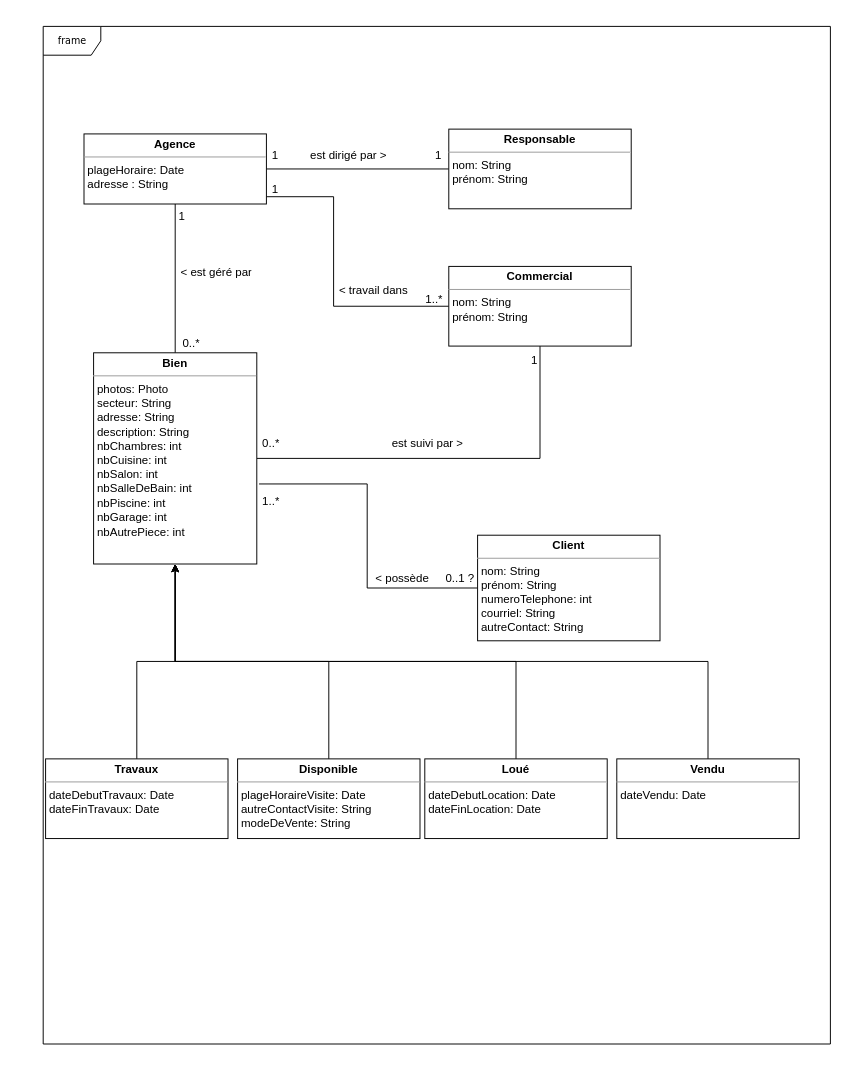
This is Diagramme sans nom.drawio from thibault0712/SAE-1.03, a draw.io file, before an edit. Source tidied: cells renumbered, new cells numbered last; positions are measured from the earlier drawing's top-left corner, leaving out a move shared by most shapes. Both pictures are drawn from the tidied source at 96%, with x=0, y=0 at pixel (43, 26).
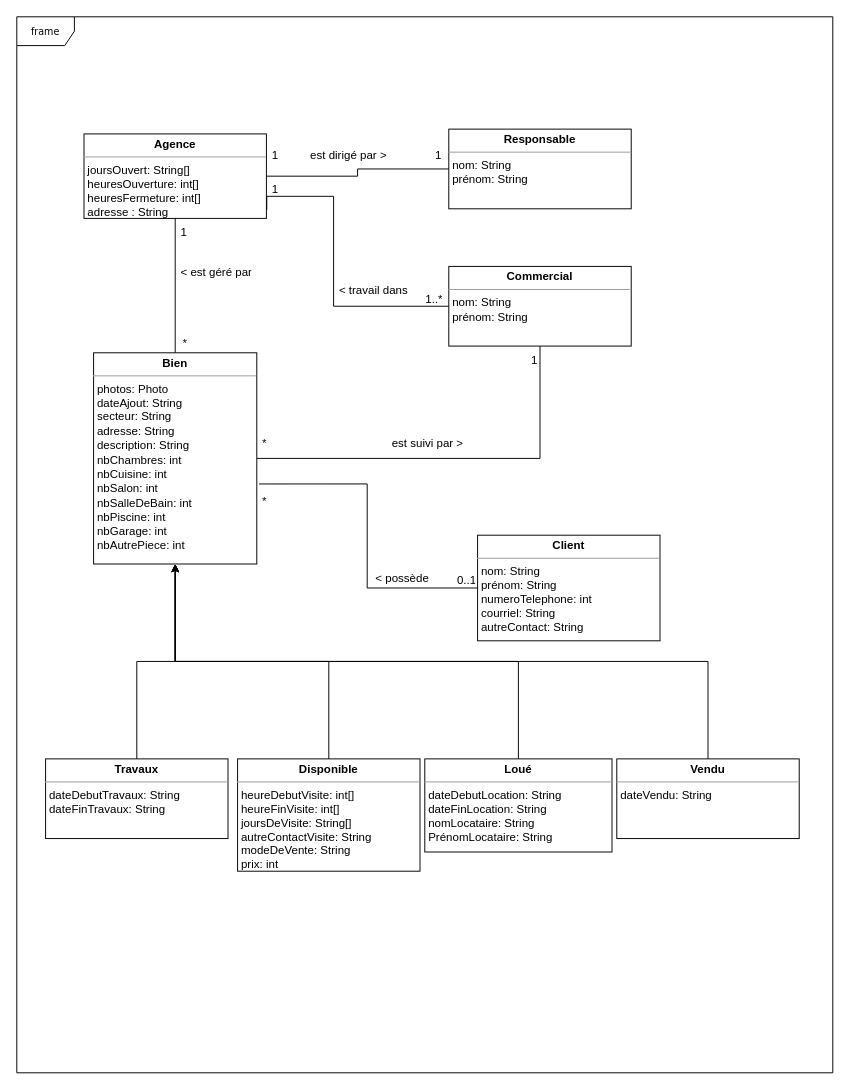
After the change.

Commit message:
Mettre à jour Diagramme sans nom.drawio

Change to the diagram source:
```diff
@@
     <mxCell id="2" value="frame" style="shape=umlFrame;whiteSpace=wrap;html=1;rounded=0;shadow=0;comic=0;labelBackgroundColor=none;strokeWidth=1;fontFamily=Verdana;fontSize=10;align=center;" parent="1" vertex="1">
-      <mxGeometry x="-0.5" width="820" height="1060" as="geometry" />
+      <mxGeometry x="-28" y="-10" width="850" height="1100" as="geometry" />
     </mxCell>
@@
-    <mxCell id="5" value="&lt;p style=&quot;margin:0px;margin-top:4px;text-align:center;&quot;&gt;&lt;b&gt;Agence&lt;/b&gt;&lt;/p&gt;&lt;hr size=&quot;1&quot;&gt;&lt;p style=&quot;margin:0px;margin-left:4px;&quot;&gt;plageHoraire: Date&lt;/p&gt;&lt;p style=&quot;margin:0px;margin-left:4px;&quot;&gt;adresse : String&lt;br&gt;&lt;/p&gt;&lt;p style=&quot;margin:0px;margin-left:4px;&quot;&gt;&lt;br&gt;&lt;/p&gt;" style="verticalAlign=top;align=left;overflow=fill;fontSize=12;fontFamily=Helvetica;html=1;rounded=0;shadow=0;comic=0;labelBackgroundColor=none;strokeWidth=1;" parent="1" vertex="1">
-      <mxGeometry x="42" y="112" width="190" height="73" as="geometry" />
+    <mxCell id="5" value="&lt;p style=&quot;margin:0px;margin-top:4px;text-align:center;&quot;&gt;&lt;b&gt;Agence&lt;/b&gt;&lt;/p&gt;&lt;hr size=&quot;1&quot;&gt;&lt;p style=&quot;margin:0px;margin-left:4px;&quot;&gt;joursOuvert: String[]&lt;/p&gt;&lt;p style=&quot;margin:0px;margin-left:4px;&quot;&gt;heuresOuverture: int[]&lt;/p&gt;&lt;p style=&quot;margin:0px;margin-left:4px;&quot;&gt;heuresFermeture: int[]&lt;/p&gt;&lt;p style=&quot;margin:0px;margin-left:4px;&quot;&gt;adresse : String&lt;br&gt;&lt;/p&gt;&lt;p style=&quot;margin:0px;margin-left:4px;&quot;&gt;&lt;br&gt;&lt;/p&gt;" style="verticalAlign=top;align=left;overflow=fill;fontSize=12;fontFamily=Helvetica;html=1;rounded=0;shadow=0;comic=0;labelBackgroundColor=none;strokeWidth=1;" parent="1" vertex="1">
+      <mxGeometry x="42" y="112" width="190" height="88" as="geometry" />
     </mxCell>
@@
-    <mxCell id="10" value="&lt;p style=&quot;margin:0px;margin-top:4px;text-align:center;&quot;&gt;&lt;b&gt;Bien&lt;/b&gt;&lt;/p&gt;&lt;hr size=&quot;1&quot;&gt;&lt;p style=&quot;margin:0px;margin-left:4px;&quot;&gt;&lt;span style=&quot;background-color: initial;&quot;&gt;photos: Photo&lt;/span&gt;&lt;/p&gt;&lt;p style=&quot;margin:0px;margin-left:4px;&quot;&gt;&lt;span style=&quot;line-height: 116%;&quot;&gt;&lt;font style=&quot;font-size: 12px;&quot;&gt;secteur: String&lt;br&gt;adresse: String&lt;/font&gt;&lt;/span&gt;&lt;/p&gt;&lt;p style=&quot;margin:0px;margin-left:4px;&quot;&gt;&lt;span style=&quot;line-height: 116%;&quot;&gt;&lt;font style=&quot;font-size: 12px;&quot;&gt;description: String&lt;/font&gt;&lt;/span&gt;&lt;/p&gt;&lt;p style=&quot;margin:0px;margin-left:4px;&quot;&gt;&lt;span style=&quot;line-height: 116%;&quot;&gt;&lt;font style=&quot;font-size: 12px;&quot;&gt;nbChambres: int&lt;/font&gt;&lt;/span&gt;&lt;/p&gt;&lt;p style=&quot;margin:0px;margin-left:4px;&quot;&gt;&lt;span style=&quot;line-height: 116%;&quot;&gt;&lt;font style=&quot;font-size: 12px;&quot;&gt;nbCuisine: int&lt;/font&gt;&lt;/span&gt;&lt;/p&gt;&lt;p style=&quot;margin:0px;margin-left:4px;&quot;&gt;&lt;span style=&quot;line-height: 116%;&quot;&gt;&lt;font style=&quot;font-size: 12px;&quot;&gt;nbSalon: int&amp;nbsp;&lt;/font&gt;&lt;/span&gt;&lt;/p&gt;&lt;p style=&quot;margin:0px;margin-left:4px;&quot;&gt;&lt;font style=&quot;font-size: 12px;&quot;&gt;&lt;span style=&quot;line-height: 116%;&quot;&gt;nbSalleDeBain: int&amp;nbsp;&lt;/span&gt;&lt;/font&gt;&lt;/p&gt;&lt;p style=&quot;margin:0px;margin-left:4px;&quot;&gt;&lt;span style=&quot;background-color: initial;&quot;&gt;nbPiscine: int&lt;/span&gt;&lt;br&gt;&lt;/p&gt;&lt;p style=&quot;margin:0px;margin-left:4px;&quot;&gt;&lt;font style=&quot;font-size: 12px;&quot;&gt;&lt;span style=&quot;line-height: 116%;&quot;&gt;nbGarage: int&lt;/span&gt;&lt;/font&gt;&lt;/p&gt;&lt;p style=&quot;margin:0px;margin-left:4px;&quot;&gt;&lt;font style=&quot;font-size: 12px;&quot;&gt;&lt;span style=&quot;line-height: 116%;&quot;&gt;&lt;/span&gt;&lt;/font&gt;&lt;/p&gt;&lt;p style=&quot;margin: 0px 0px 0px 4px;&quot;&gt;&lt;span style=&quot;line-height: 13.92px;&quot;&gt;nbAutrePiece: int&lt;/span&gt;&lt;/p&gt;&lt;div&gt;&lt;span style=&quot;line-height: 13.92px;&quot;&gt;&lt;br&gt;&lt;/span&gt;&lt;/div&gt;" style="verticalAlign=top;align=left;overflow=fill;fontSize=12;fontFamily=Helvetica;html=1;rounded=0;shadow=0;comic=0;labelBackgroundColor=none;strokeWidth=1;" parent="1" vertex="1">
+    <mxCell id="10" value="&lt;p style=&quot;margin:0px;margin-top:4px;text-align:center;&quot;&gt;&lt;b&gt;Bien&lt;/b&gt;&lt;/p&gt;&lt;hr size=&quot;1&quot;&gt;&lt;p style=&quot;margin:0px;margin-left:4px;&quot;&gt;&lt;span style=&quot;background-color: initial;&quot;&gt;photos: Photo&lt;/span&gt;&lt;/p&gt;&lt;p style=&quot;margin:0px;margin-left:4px;&quot;&gt;&lt;span style=&quot;background-color: initial;&quot;&gt;dateAjout: String&lt;/span&gt;&lt;/p&gt;&lt;p style=&quot;margin:0px;margin-left:4px;&quot;&gt;&lt;span style=&quot;line-height: 116%;&quot;&gt;&lt;font style=&quot;font-size: 12px;&quot;&gt;secteur: String&lt;br&gt;adresse: String&lt;/font&gt;&lt;/span&gt;&lt;/p&gt;&lt;p style=&quot;margin:0px;margin-left:4px;&quot;&gt;&lt;span style=&quot;line-height: 116%;&quot;&gt;&lt;font style=&quot;font-size: 12px;&quot;&gt;description: String&lt;/font&gt;&lt;/span&gt;&lt;/p&gt;&lt;p style=&quot;margin:0px;margin-left:4px;&quot;&gt;&lt;span style=&quot;line-height: 116%;&quot;&gt;&lt;font style=&quot;font-size: 12px;&quot;&gt;nbChambres: int&lt;/font&gt;&lt;/span&gt;&lt;/p&gt;&lt;p style=&quot;margin:0px;margin-left:4px;&quot;&gt;&lt;span style=&quot;line-height: 116%;&quot;&gt;&lt;font style=&quot;font-size: 12px;&quot;&gt;nbCuisine: int&lt;/font&gt;&lt;/span&gt;&lt;/p&gt;&lt;p style=&quot;margin:0px;margin-left:4px;&quot;&gt;&lt;span style=&quot;line-height: 116%;&quot;&gt;&lt;font style=&quot;font-size: 12px;&quot;&gt;nbSalon: int&amp;nbsp;&lt;/font&gt;&lt;/span&gt;&lt;/p&gt;&lt;p style=&quot;margin:0px;margin-left:4px;&quot;&gt;&lt;font style=&quot;font-size: 12px;&quot;&gt;&lt;span style=&quot;line-height: 116%;&quot;&gt;nbSalleDeBain: int&amp;nbsp;&lt;/span&gt;&lt;/font&gt;&lt;/p&gt;&lt;p style=&quot;margin:0px;margin-left:4px;&quot;&gt;&lt;span style=&quot;background-color: initial;&quot;&gt;nbPiscine: int&lt;/span&gt;&lt;br&gt;&lt;/p&gt;&lt;p style=&quot;margin:0px;margin-left:4px;&quot;&gt;&lt;font style=&quot;font-size: 12px;&quot;&gt;&lt;span style=&quot;line-height: 116%;&quot;&gt;nbGarage: int&lt;/span&gt;&lt;/font&gt;&lt;/p&gt;&lt;p style=&quot;margin:0px;margin-left:4px;&quot;&gt;&lt;font style=&quot;font-size: 12px;&quot;&gt;&lt;span style=&quot;line-height: 116%;&quot;&gt;&lt;/span&gt;&lt;/font&gt;&lt;/p&gt;&lt;p style=&quot;margin: 0px 0px 0px 4px;&quot;&gt;&lt;span style=&quot;line-height: 13.92px;&quot;&gt;nbAutrePiece: int&lt;/span&gt;&lt;/p&gt;&lt;div&gt;&lt;span style=&quot;line-height: 13.92px;&quot;&gt;&lt;br&gt;&lt;/span&gt;&lt;/div&gt;" style="verticalAlign=top;align=left;overflow=fill;fontSize=12;fontFamily=Helvetica;html=1;rounded=0;shadow=0;comic=0;labelBackgroundColor=none;strokeWidth=1;" parent="1" vertex="1">
       <mxGeometry x="52" y="340" width="170" height="220" as="geometry" />
     </mxCell>
@@
-    <mxCell id="14" value="&lt;p style=&quot;margin:0px;margin-top:4px;text-align:center;&quot;&gt;&lt;b&gt;Disponible&lt;/b&gt;&lt;br&gt;&lt;/p&gt;&lt;hr size=&quot;1&quot;&gt;&lt;p style=&quot;margin:0px;margin-left:4px;&quot;&gt;&lt;span style=&quot;background-color: initial;&quot;&gt;plageHoraireVisite: Date&lt;/span&gt;&lt;br&gt;&lt;/p&gt;&lt;p style=&quot;margin:0px;margin-left:4px;&quot;&gt;&lt;span style=&quot;background-color: initial;&quot;&gt;autreContactVisite: String&lt;/span&gt;&lt;/p&gt;&lt;p style=&quot;margin:0px;margin-left:4px;&quot;&gt;&lt;span style=&quot;background-color: initial;&quot;&gt;modeDeVente: String&lt;/span&gt;&lt;/p&gt;&lt;p style=&quot;margin:0px;margin-left:4px;&quot;&gt;&lt;br&gt;&lt;/p&gt;&lt;p style=&quot;margin:0px;margin-left:4px;&quot;&gt;&lt;br&gt;&lt;/p&gt;" style="verticalAlign=top;align=left;overflow=fill;fontSize=12;fontFamily=Helvetica;html=1;rounded=0;shadow=0;comic=0;labelBackgroundColor=none;strokeWidth=1;" parent="1" vertex="1">
-      <mxGeometry x="202" y="763" width="190" height="83" as="geometry" />
+    <mxCell id="14" value="&lt;p style=&quot;margin:0px;margin-top:4px;text-align:center;&quot;&gt;&lt;b&gt;Disponible&lt;/b&gt;&lt;br&gt;&lt;/p&gt;&lt;hr size=&quot;1&quot;&gt;&lt;p style=&quot;margin:0px;margin-left:4px;&quot;&gt;&lt;span style=&quot;background-color: initial;&quot;&gt;heureDebutVisite: int[]&lt;/span&gt;&lt;/p&gt;&lt;p style=&quot;margin:0px;margin-left:4px;&quot;&gt;&lt;span style=&quot;background-color: initial;&quot;&gt;heureFinVisite: int[]&lt;/span&gt;&lt;/p&gt;&lt;p style=&quot;margin:0px;margin-left:4px;&quot;&gt;&lt;span style=&quot;background-color: initial;&quot;&gt;joursDeVisite: String[]&lt;/span&gt;&lt;/p&gt;&lt;p style=&quot;margin:0px;margin-left:4px;&quot;&gt;&lt;span style=&quot;background-color: initial;&quot;&gt;autreContactVisite: String&lt;/span&gt;&lt;/p&gt;&lt;p style=&quot;margin:0px;margin-left:4px;&quot;&gt;&lt;span style=&quot;background-color: initial;&quot;&gt;modeDeVente: String&lt;/span&gt;&lt;/p&gt;&lt;p style=&quot;margin:0px;margin-left:4px;&quot;&gt;&lt;span style=&quot;background-color: initial;&quot;&gt;prix: int&lt;/span&gt;&lt;/p&gt;&lt;p style=&quot;margin:0px;margin-left:4px;&quot;&gt;&lt;br&gt;&lt;/p&gt;&lt;p style=&quot;margin:0px;margin-left:4px;&quot;&gt;&lt;br&gt;&lt;/p&gt;" style="verticalAlign=top;align=left;overflow=fill;fontSize=12;fontFamily=Helvetica;html=1;rounded=0;shadow=0;comic=0;labelBackgroundColor=none;strokeWidth=1;" parent="1" vertex="1">
+      <mxGeometry x="202" y="763" width="190" height="117" as="geometry" />
     </mxCell>
@@
-    <mxCell id="16" value="&lt;p style=&quot;margin:0px;margin-top:4px;text-align:center;&quot;&gt;&lt;b&gt;Travaux&lt;/b&gt;&lt;br&gt;&lt;/p&gt;&lt;hr size=&quot;1&quot;&gt;&lt;p style=&quot;margin:0px;margin-left:4px;&quot;&gt;dateDebutTravaux: Date&lt;/p&gt;&lt;p style=&quot;margin:0px;margin-left:4px;&quot;&gt;dateFinTravaux: Date&amp;nbsp;&lt;/p&gt;&lt;p style=&quot;margin:0px;margin-left:4px;&quot;&gt;&lt;br&gt;&lt;/p&gt;" style="verticalAlign=top;align=left;overflow=fill;fontSize=12;fontFamily=Helvetica;html=1;rounded=0;shadow=0;comic=0;labelBackgroundColor=none;strokeWidth=1;" parent="1" vertex="1">
+    <mxCell id="16" value="&lt;p style=&quot;margin:0px;margin-top:4px;text-align:center;&quot;&gt;&lt;b&gt;Travaux&lt;/b&gt;&lt;br&gt;&lt;/p&gt;&lt;hr size=&quot;1&quot;&gt;&lt;p style=&quot;margin:0px;margin-left:4px;&quot;&gt;dateDebutTravaux: String&lt;/p&gt;&lt;p style=&quot;margin:0px;margin-left:4px;&quot;&gt;dateFinTravaux: String&lt;/p&gt;&lt;p style=&quot;margin:0px;margin-left:4px;&quot;&gt;&lt;br&gt;&lt;/p&gt;" style="verticalAlign=top;align=left;overflow=fill;fontSize=12;fontFamily=Helvetica;html=1;rounded=0;shadow=0;comic=0;labelBackgroundColor=none;strokeWidth=1;" parent="1" vertex="1">
       <mxGeometry x="2" y="763" width="190" height="83" as="geometry" />
     </mxCell>
@@
-    <mxCell id="20" value="&lt;p style=&quot;margin:0px;margin-top:4px;text-align:center;&quot;&gt;&lt;b&gt;Vendu&lt;/b&gt;&lt;br&gt;&lt;/p&gt;&lt;hr size=&quot;1&quot;&gt;&lt;p style=&quot;margin: 0px 0px 0px 4px;&quot;&gt;dateVendu: Date&lt;/p&gt;&lt;div&gt;&lt;br&gt;&lt;/div&gt;&lt;p style=&quot;margin:0px;margin-left:4px;&quot;&gt;&lt;br&gt;&lt;/p&gt;&lt;p style=&quot;margin:0px;margin-left:4px;&quot;&gt;&lt;br&gt;&lt;/p&gt;" style="verticalAlign=top;align=left;overflow=fill;fontSize=12;fontFamily=Helvetica;html=1;rounded=0;shadow=0;comic=0;labelBackgroundColor=none;strokeWidth=1;" parent="1" vertex="1">
+    <mxCell id="20" value="&lt;p style=&quot;margin:0px;margin-top:4px;text-align:center;&quot;&gt;&lt;b&gt;Vendu&lt;/b&gt;&lt;br&gt;&lt;/p&gt;&lt;hr size=&quot;1&quot;&gt;&lt;p style=&quot;margin: 0px 0px 0px 4px;&quot;&gt;dateVendu: String&lt;/p&gt;&lt;div&gt;&lt;br&gt;&lt;/div&gt;&lt;p style=&quot;margin:0px;margin-left:4px;&quot;&gt;&lt;br&gt;&lt;/p&gt;&lt;p style=&quot;margin:0px;margin-left:4px;&quot;&gt;&lt;br&gt;&lt;/p&gt;" style="verticalAlign=top;align=left;overflow=fill;fontSize=12;fontFamily=Helvetica;html=1;rounded=0;shadow=0;comic=0;labelBackgroundColor=none;strokeWidth=1;" parent="1" vertex="1">
       <mxGeometry x="597" y="763" width="190" height="83" as="geometry" />
     </mxCell>
@@
-    <mxCell id="22" value="&lt;p style=&quot;margin:0px;margin-top:4px;text-align:center;&quot;&gt;&lt;b&gt;Loué&lt;/b&gt;&lt;/p&gt;&lt;hr size=&quot;1&quot;&gt;&lt;p style=&quot;margin:0px;margin-left:4px;&quot;&gt;dateDebutLocation: Date&lt;/p&gt;&lt;p style=&quot;margin:0px;margin-left:4px;&quot;&gt;dateFinLocation: Date&lt;/p&gt;&lt;p style=&quot;margin:0px;margin-left:4px;&quot;&gt;&lt;br&gt;&lt;/p&gt;&lt;p style=&quot;margin:0px;margin-left:4px;&quot;&gt;&lt;br&gt;&lt;/p&gt;" style="verticalAlign=top;align=left;overflow=fill;fontSize=12;fontFamily=Helvetica;html=1;rounded=0;shadow=0;comic=0;labelBackgroundColor=none;strokeWidth=1;" parent="1" vertex="1">
-      <mxGeometry x="397" y="763" width="190" height="83" as="geometry" />
+    <mxCell id="22" value="&lt;p style=&quot;margin:0px;margin-top:4px;text-align:center;&quot;&gt;&lt;b&gt;Loué&lt;/b&gt;&lt;/p&gt;&lt;hr size=&quot;1&quot;&gt;&lt;p style=&quot;margin:0px;margin-left:4px;&quot;&gt;dateDebutLocation: String&lt;/p&gt;&lt;p style=&quot;margin:0px;margin-left:4px;&quot;&gt;dateFinLocation: String&lt;/p&gt;&lt;p style=&quot;margin:0px;margin-left:4px;&quot;&gt;nomLocataire: String&lt;/p&gt;&lt;p style=&quot;margin:0px;margin-left:4px;&quot;&gt;PrénomLocataire: String&lt;/p&gt;&lt;p style=&quot;margin:0px;margin-left:4px;&quot;&gt;&lt;br&gt;&lt;/p&gt;&lt;p style=&quot;margin:0px;margin-left:4px;&quot;&gt;&lt;br&gt;&lt;/p&gt;" style="verticalAlign=top;align=left;overflow=fill;fontSize=12;fontFamily=Helvetica;html=1;rounded=0;shadow=0;comic=0;labelBackgroundColor=none;strokeWidth=1;" parent="1" vertex="1">
+      <mxGeometry x="397" y="763" width="195" height="97" as="geometry" />
     </mxCell>
@@
     <mxCell id="28" value="1" style="text;strokeColor=none;fillColor=none;align=left;verticalAlign=middle;spacingLeft=4;spacingRight=4;overflow=hidden;whiteSpace=wrap;html=1;" parent="1" vertex="1">
-      <mxGeometry x="135" y="183" width="20" height="30" as="geometry" />
+      <mxGeometry x="136.5" y="200" width="20" height="30" as="geometry" />
     </mxCell>
-    <mxCell id="29" value="0..*" style="text;strokeColor=none;fillColor=none;align=left;verticalAlign=middle;spacingLeft=4;spacingRight=4;overflow=hidden;whiteSpace=wrap;html=1;" parent="1" vertex="1">
+    <mxCell id="29" value="*" style="text;strokeColor=none;fillColor=none;align=left;verticalAlign=middle;spacingLeft=4;spacingRight=4;overflow=hidden;whiteSpace=wrap;html=1;" parent="1" vertex="1">
       <mxGeometry x="139" y="315" width="35" height="30" as="geometry" />
     </mxCell>
@@
-    <mxCell id="31" value="0..*" style="text;strokeColor=none;fillColor=none;align=left;verticalAlign=middle;spacingLeft=4;spacingRight=4;overflow=hidden;whiteSpace=wrap;html=1;" parent="1" vertex="1">
+    <mxCell id="31" value="*" style="text;strokeColor=none;fillColor=none;align=left;verticalAlign=middle;spacingLeft=4;spacingRight=4;overflow=hidden;whiteSpace=wrap;html=1;" parent="1" vertex="1">
       <mxGeometry x="222" y="420" width="35" height="30" as="geometry" />
     </mxCell>
@@
-    <mxCell id="33" value="0..1 ?" style="text;strokeColor=none;fillColor=none;align=left;verticalAlign=middle;spacingLeft=4;spacingRight=4;overflow=hidden;whiteSpace=wrap;html=1;" parent="1" vertex="1">
-      <mxGeometry x="413" y="560" width="49" height="30" as="geometry" />
+    <mxCell id="33" value="0..1" style="text;strokeColor=none;fillColor=none;align=left;verticalAlign=middle;spacingLeft=4;spacingRight=4;overflow=hidden;whiteSpace=wrap;html=1;" parent="1" vertex="1">
+      <mxGeometry x="425" y="562" width="29" height="30" as="geometry" />
     </mxCell>
-    <mxCell id="34" value="1..*" style="text;strokeColor=none;fillColor=none;align=left;verticalAlign=middle;spacingLeft=4;spacingRight=4;overflow=hidden;whiteSpace=wrap;html=1;" parent="1" vertex="1">
+    <mxCell id="34" value="*" style="text;strokeColor=none;fillColor=none;align=left;verticalAlign=middle;spacingLeft=4;spacingRight=4;overflow=hidden;whiteSpace=wrap;html=1;" parent="1" vertex="1">
       <mxGeometry x="222" y="480" width="40" height="30" as="geometry" />
     </mxCell>
```
